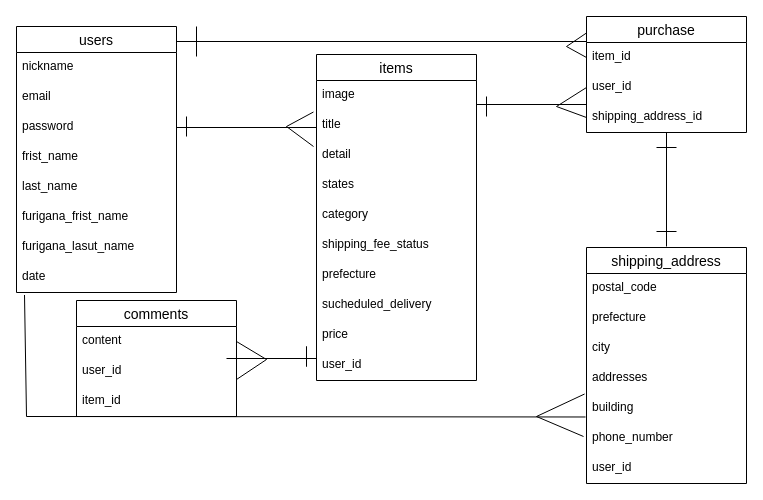
kumaboie/furima-41372 keeps this draw.io diagram as test.dio. Above is the earlier version. Source tidied: cells renumbered, new cells numbered last; positions are measured from the earlier drawing's top-left corner, leaving out a move shared by most shapes. Both pictures are drawn from the tidied source at 100%, with x=0, y=0 at pixel (16, 16).
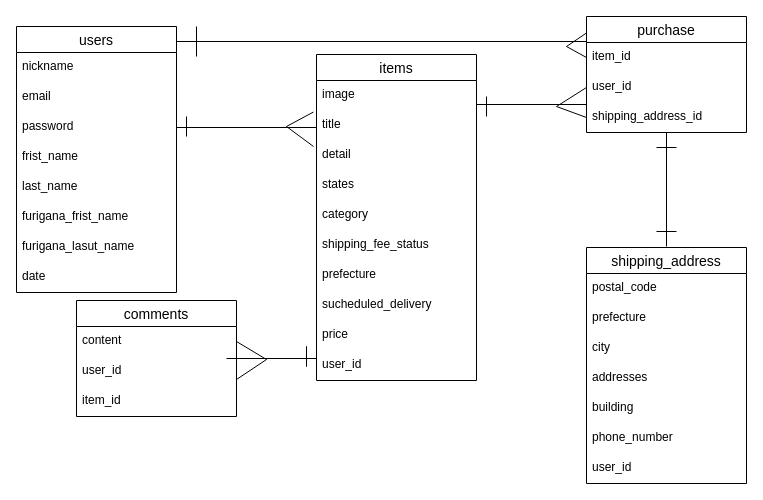
The same diagram, later.

Commit message (it also covers changes not shown here):
usersとshipping_addressのアソシエーションの削除

The change refers to these unchanged cells:
```xml
<mxCell id="10" value="date" style="text;strokeColor=none;fillColor=none;spacingLeft=4;spacingRight=4;overflow=hidden;points=[[0,0.5],[1,0.5]];portConstraint=eastwest;fontSize=12;" parent="2" vertex="1">
  <mxGeometry y="236" width="160" height="30" as="geometry" />
</mxCell>
<mxCell id="29" value="shipping_address" style="swimlane;fontStyle=0;horizontal=1;startSize=26;align=center;fontSize=14;" parent="1" vertex="1">
  <mxGeometry x="570" y="231" width="160" height="236" as="geometry" />
</mxCell>
<mxCell id="34" value="building" style="text;strokeColor=none;fillColor=none;spacingLeft=4;spacingRight=4;overflow=hidden;points=[[0,0.5],[1,0.5]];portConstraint=eastwest;fontSize=12;" parent="29" vertex="1">
  <mxGeometry y="146" width="160" height="30" as="geometry" />
</mxCell>
```

The edit, as a diff of the source:
```diff
@@
-    <mxCell id="37" style="endArrow=none;html=1;rounded=0;exitX=-0.012;exitY=0.017;exitDx=0;exitDy=0;exitPerimeter=0;" parent="29" edge="1" source="34">
-      <mxGeometry relative="1" as="geometry">
-        <mxPoint x="-3" y="189" as="targetPoint" />
-        <Array as="points">
-          <mxPoint x="-50" y="169" />
-        </Array>
-      </mxGeometry>
-    </mxCell>
@@
-    <mxCell id="51" style="endArrow=none;html=1;rounded=0;entryX=-0.006;entryY=0.783;entryDx=0;entryDy=0;exitX=0.05;exitY=1.083;exitDx=0;exitDy=0;exitPerimeter=0;entryPerimeter=0;" parent="1" edge="1" source="10" target="34">
-      <mxGeometry relative="1" as="geometry">
-        <Array as="points">
-          <mxPoint x="10" y="400" />
-        </Array>
-      </mxGeometry>
-    </mxCell>
```
